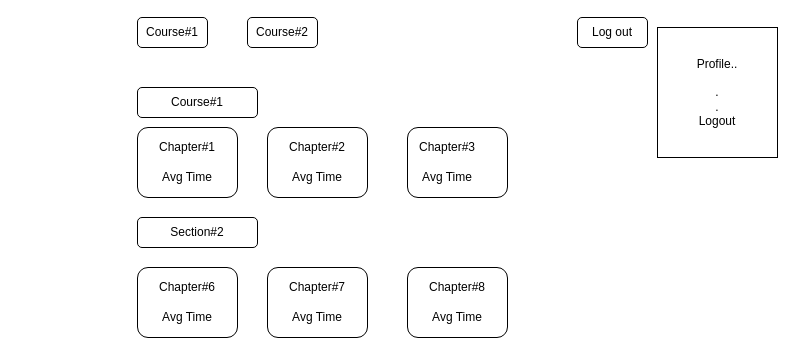
gonchigars/CKAD-exercises keeps this draw.io diagram as page "explore labs" (2 of 6) of Topkuber_Design.drawio. Above is the earlier version. Source tidied: cells renumbered, new cells numbered last; positions are measured from the earlier drawing's top-left corner, leaving out a move shared by most shapes. Both pictures are drawn from the tidied source at 100%, with x=0, y=0 at pixel (137, 17).
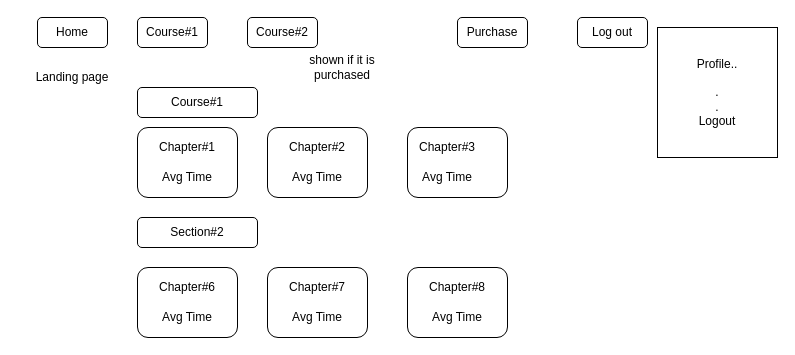
After the change.

Diff of the diagram source:
```diff
@@
+    <mxCell id="26" value="Purchase" style="rounded=1;whiteSpace=wrap;html=1;" parent="1" vertex="1">
+      <mxGeometry x="320" width="70" height="30" as="geometry" />
+    </mxCell>
+    <mxCell id="27" value="shown if it is purchased" style="text;html=1;strokeColor=none;fillColor=none;align=center;verticalAlign=middle;whiteSpace=wrap;rounded=0;" parent="1" vertex="1">
+      <mxGeometry x="150" y="40" width="110" height="20" as="geometry" />
+    </mxCell>
+    <mxCell id="28" value="Home" style="rounded=1;whiteSpace=wrap;html=1;" parent="1" vertex="1">
+      <mxGeometry x="-100" width="70" height="30" as="geometry" />
+    </mxCell>
+    <mxCell id="29" value="Landing page" style="text;html=1;strokeColor=none;fillColor=none;align=center;verticalAlign=middle;whiteSpace=wrap;rounded=0;" parent="1" vertex="1">
+      <mxGeometry x="-120" y="50" width="110" height="20" as="geometry" />
+    </mxCell>
```
